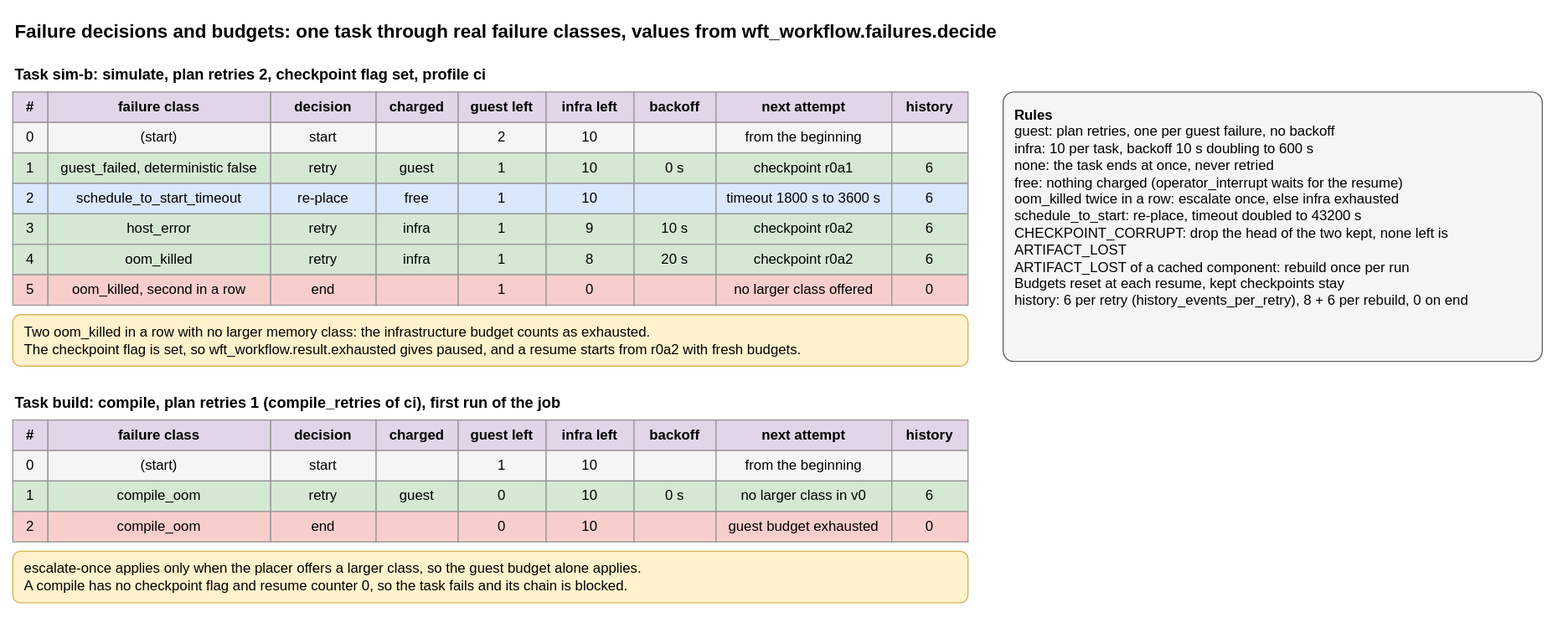
Above: packages/workflow/failure-budgets.drawio.svg in AndoNorth/disyard (draw.io), before the change. Source tidied: cells renumbered, new cells last; positions are measured from the earlier drawing's top-left corner, leaving out a move shared by most shapes.
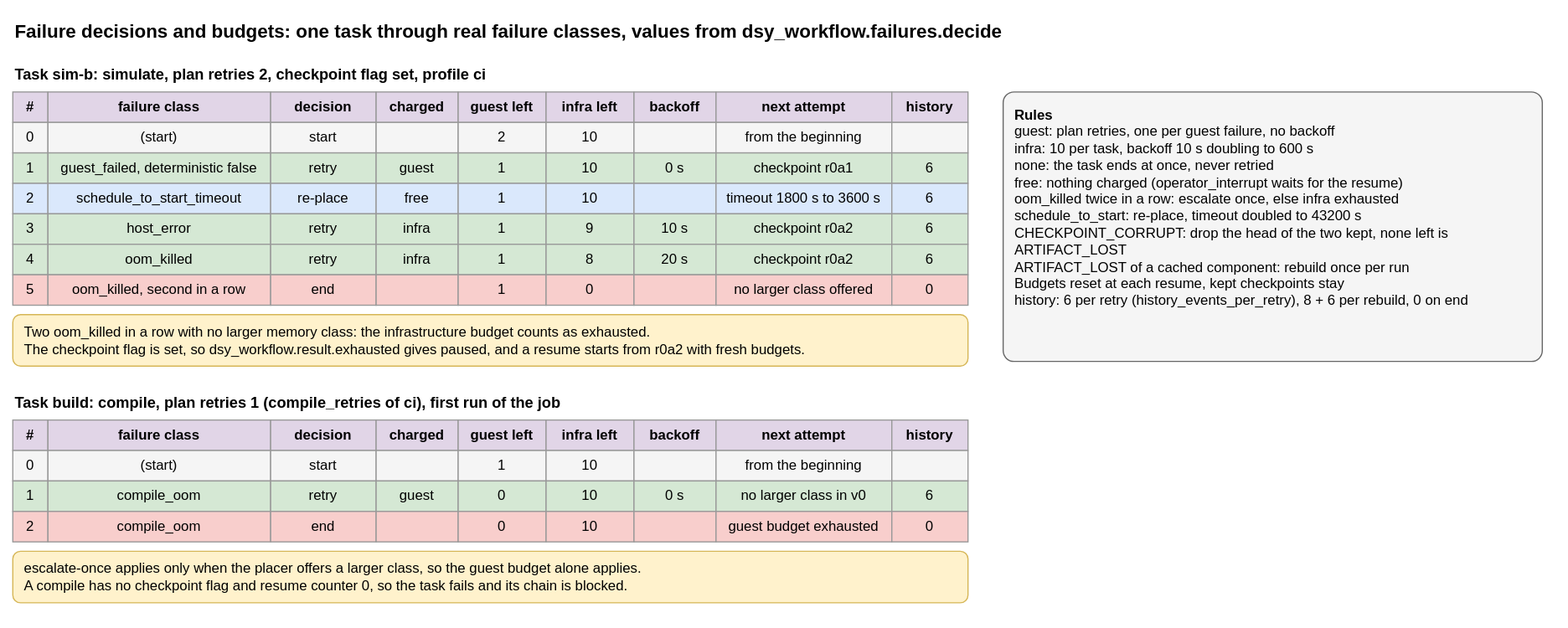
The same file after the commit.

Change to the diagram source:
```diff
@@ -2,7 +2,7 @@
   <root>
     <mxCell id="0" />
     <mxCell id="1" parent="0" />
-    <mxCell id="2" value="Failure decisions and budgets: one task through real failure classes, values from wft_workflow.failures.decide" style="text;html=1;fontSize=16;fontStyle=1;align=left;" parent="1" vertex="1">
+    <mxCell id="2" value="Failure decisions and budgets: one task through real failure classes, values from dsy_workflow.failures.decide" style="text;html=1;fontSize=16;fontStyle=1;align=left;" parent="1" vertex="1">
       <mxGeometry width="1275" height="30" as="geometry" />
     </mxCell>
     <mxCell id="3" value="Task sim-b: simulate, plan retries 2, checkpoint flag set, profile ci" style="text;html=1;fontSize=13;fontStyle=1;align=left;verticalAlign=middle;" parent="1" vertex="1">
@@ -197,7 +197,7 @@
     <mxCell id="66" value="0" style="rounded=0;whiteSpace=wrap;html=1;fontSize=12;strokeColor=#999999;fillColor=#f8cecc;" parent="1" vertex="1">
       <mxGeometry x="750" y="224" width="65" height="26" as="geometry" />
     </mxCell>
-    <mxCell id="67" value="Two oom_killed in a row with no larger memory class: the infrastructure budget counts as exhausted.&#10;The checkpoint flag is set, so wft_workflow.result.exhausted gives paused, and a resume starts from r0a2 with fresh budgets." style="rounded=1;whiteSpace=wrap;html=1;fontSize=12;align=left;spacingLeft=8;fillColor=#fff2cc;strokeColor=#d6b656;" parent="1" vertex="1">
+    <mxCell id="67" value="Two oom_killed in a row with no larger memory class: the infrastructure budget counts as exhausted.&#10;The checkpoint flag is set, so dsy_workflow.result.exhausted gives paused, and a resume starts from r0a2 with fresh budgets." style="rounded=1;whiteSpace=wrap;html=1;fontSize=12;align=left;spacingLeft=8;fillColor=#fff2cc;strokeColor=#d6b656;" parent="1" vertex="1">
       <mxGeometry y="258" width="815" height="44" as="geometry" />
     </mxCell>
     <mxCell id="68" value="Task build: compile, plan retries 1 (compile_retries of ci), first run of the job" style="text;html=1;fontSize=13;fontStyle=1;align=left;verticalAlign=middle;" parent="1" vertex="1">
```
